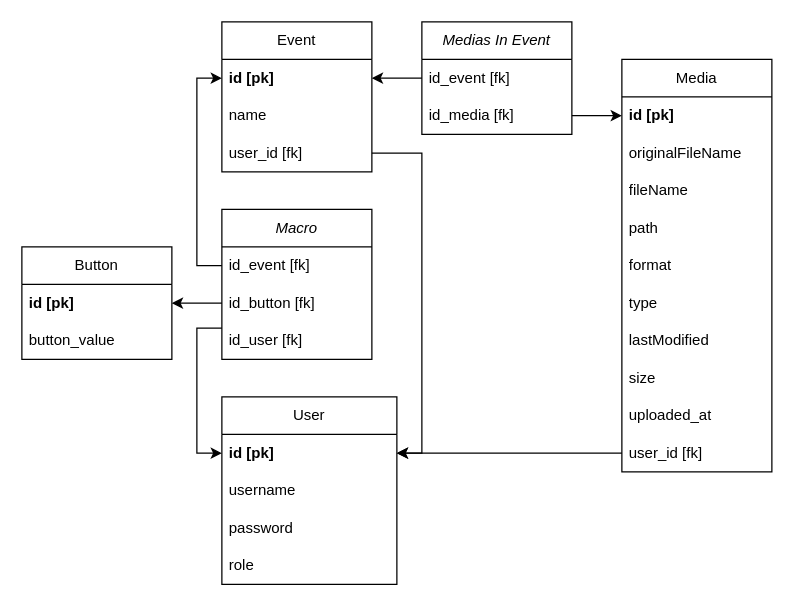
The draw.io diagram api552BDD.drawio in MatthieuDeroir/api-G552, before the edit. Source tidied: cells renumbered, new cells numbered last; positions are measured from the earlier drawing's top-left corner, leaving out a move shared by most shapes. Both pictures are drawn from the tidied source at 125%, with x=0, y=0 at pixel (21, 21).
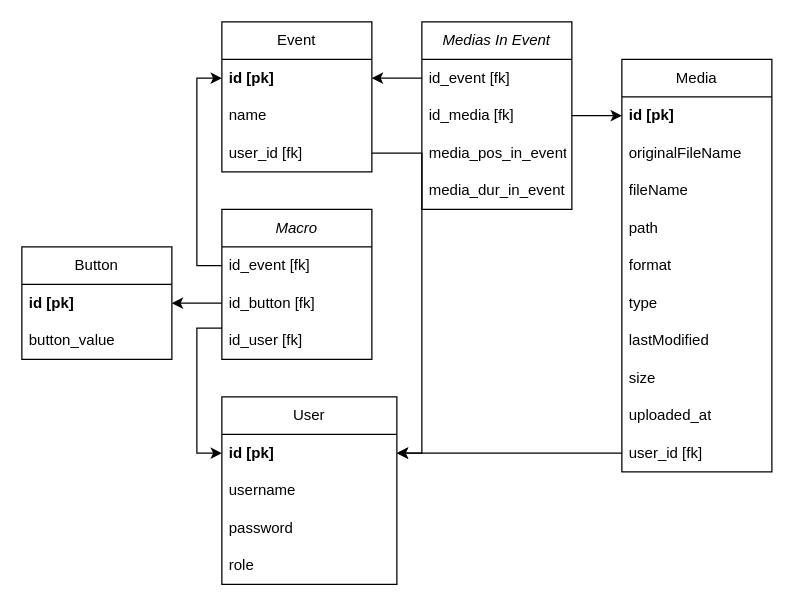
Above is the later version.

The edit, as a diff of the source:
```diff
@@
     <mxCell id="29" value="&lt;i&gt;Medias In Event&lt;/i&gt;" style="swimlane;fontStyle=0;horizontal=1;startSize=30;whiteSpace=wrap;html=1;" parent="1" vertex="1">
-      <mxGeometry x="320" width="120" height="90" as="geometry" />
+      <mxGeometry x="320" width="120" height="150" as="geometry" />
     </mxCell>
@@
+    <mxCell id="39" value="media_pos_in_event" style="text;strokeColor=none;fillColor=none;align=left;verticalAlign=middle;spacingLeft=4;spacingRight=4;overflow=hidden;whiteSpace=wrap;html=1;" parent="29" vertex="1">
+      <mxGeometry y="90" width="120" height="30" as="geometry" />
+    </mxCell>
+    <mxCell id="40" value="media_dur_in_event" style="text;strokeColor=none;fillColor=none;align=left;verticalAlign=middle;spacingLeft=4;spacingRight=4;overflow=hidden;whiteSpace=wrap;html=1;" parent="29" vertex="1">
+      <mxGeometry y="120" width="120" height="30" as="geometry" />
+    </mxCell>
```
